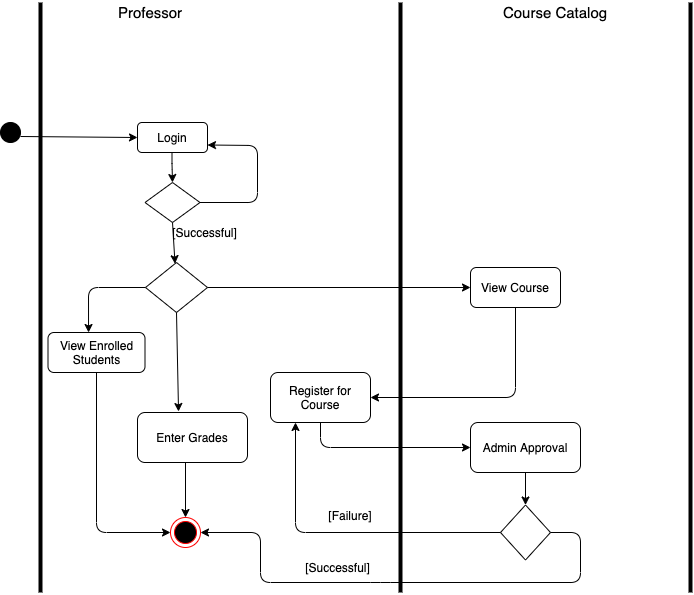
The draw.io diagram CRS-JEDI-7-Group-2-UML-Artifacts/ActivityDiagrams/Activity_Professor.png in bharat-121/Flipkart-JEDI-7-Group-2, before a commit. Source tidied: cells renumbered, new cells last; positions are measured from the earlier drawing's top-left corner, leaving out a move shared by most shapes.
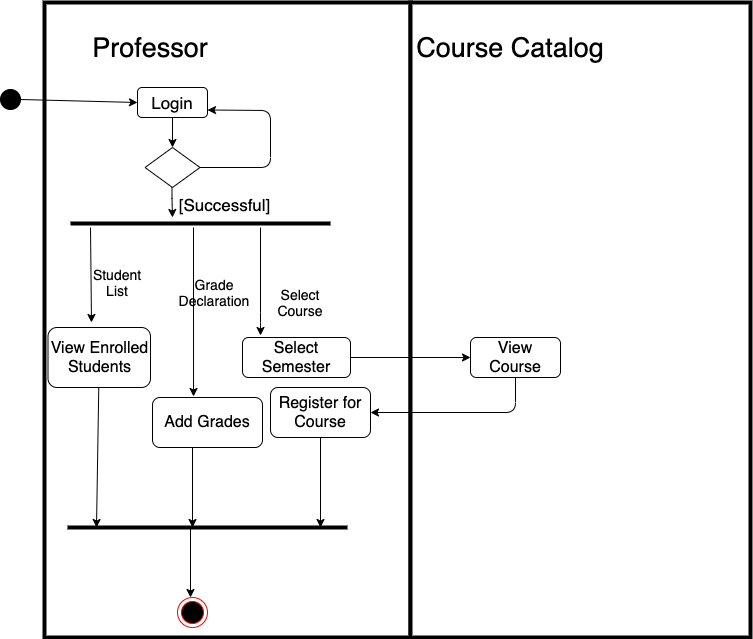
Above is the later version.

Change to the diagram source:
```diff
@@ -2,8 +2,14 @@
   <root>
     <mxCell id="0" />
     <mxCell id="1" parent="0" />
+    <mxCell id="35" style="rounded=0;whiteSpace=wrap;html=1;strokeWidth=4;" parent="1" vertex="1">
+      <mxGeometry x="44" y="-35" width="366" height="635" as="geometry" />
+    </mxCell>
+    <mxCell id="36" style="rounded=0;whiteSpace=wrap;html=1;strokeWidth=4;" parent="1" vertex="1">
+      <mxGeometry x="410" y="-35" width="340" height="635" as="geometry" />
+    </mxCell>
-    <mxCell id="2" value="Login" style="rounded=1;whiteSpace=wrap;html=1;" parent="1" vertex="1">
-      <mxGeometry x="137" y="120" width="70" height="30" as="geometry" />
+    <mxCell id="2" value="&lt;font style=&quot;font-size: 17px&quot;&gt;Login&lt;/font&gt;" style="rounded=1;whiteSpace=wrap;html=1;" parent="1" vertex="1">
+      <mxGeometry x="137" y="50" width="70" height="30" as="geometry" />
     </mxCell>
     <mxCell id="3" style="endArrow=classic;html=1;exitX=0.5;exitY=1;exitDx=0;exitDy=0;exitPerimeter=0;" parent="1" edge="1">
       <mxGeometry relative="1" as="geometry">
@@ -14,145 +20,124 @@
         </Array>
       </mxGeometry>
     </mxCell>
-    <mxCell id="4" value="[Failure]" style="text;html=1;strokeColor=none;fillColor=none;align=center;verticalAlign=middle;whiteSpace=wrap;rounded=0;" parent="1" vertex="1">
-      <mxGeometry x="330" y="502.5" width="40" height="20" as="geometry" />
-    </mxCell>
     <mxCell id="5" style="rhombus;whiteSpace=wrap;html=1;fillColor=#FFFFFF;" parent="1" vertex="1">
-      <mxGeometry x="144.5" y="180" width="55" height="40" as="geometry" />
+      <mxGeometry x="144.5" y="110" width="55" height="40" as="geometry" />
     </mxCell>
-    <mxCell id="6" style="endArrow=classic;html=1;entryX=1;entryY=0.75;entryDx=0;entryDy=0;" parent="1" edge="1" target="2">
+    <mxCell id="6" style="endArrow=classic;html=1;entryX=1;entryY=0.75;entryDx=0;entryDy=0;exitX=1;exitY=0.5;exitDx=0;exitDy=0;" parent="1" edge="1" source="5" target="2">
       <mxGeometry relative="1" as="geometry">
-        <mxPoint x="199.5" y="200" as="sourcePoint" />
         <Array as="points">
-          <mxPoint x="257" y="200" />
-          <mxPoint x="257" y="143" />
+          <mxPoint x="270" y="130" />
+          <mxPoint x="270" y="73" />
         </Array>
       </mxGeometry>
     </mxCell>
-    <mxCell id="7" value="[Successful]" style="text;html=1;strokeColor=none;fillColor=none;align=center;verticalAlign=middle;whiteSpace=wrap;rounded=0;" parent="1" vertex="1">
-      <mxGeometry x="187" y="210" width="35" height="40" as="geometry" />
+    <mxCell id="7" value="&lt;font style=&quot;font-size: 17px&quot;&gt;[Successful]&lt;/font&gt;" style="text;html=1;strokeColor=none;fillColor=none;align=center;verticalAlign=middle;whiteSpace=wrap;rounded=0;" parent="1" vertex="1">
+      <mxGeometry x="207" y="147" width="35" height="40" as="geometry" />
     </mxCell>
-    <mxCell id="8" style="endArrow=none;html=1;strokeWidth=4;" parent="1" edge="1">
-      <mxGeometry relative="1" as="geometry">
-        <mxPoint x="400" y="590" as="sourcePoint" />
-        <mxPoint x="400" as="targetPoint" />
-      </mxGeometry>
-    </mxCell>
-    <mxCell id="9" style="endArrow=none;html=1;strokeWidth=4;" parent="1" edge="1">
-      <mxGeometry relative="1" as="geometry">
-        <mxPoint x="690" y="590" as="sourcePoint" />
-        <mxPoint x="690" as="targetPoint" />
-      </mxGeometry>
-    </mxCell>
-    <mxCell id="10" style="endArrow=none;html=1;strokeWidth=4;" parent="1" edge="1">
-      <mxGeometry relative="1" as="geometry">
-        <mxPoint x="40" y="590" as="sourcePoint" />
-        <mxPoint x="40" as="targetPoint" />
-      </mxGeometry>
-    </mxCell>
-    <mxCell id="11" value="&lt;font style=&quot;font-size: 15px&quot;&gt;Professor&lt;/font&gt;" style="text;html=1;strokeColor=none;fillColor=none;align=center;verticalAlign=middle;whiteSpace=wrap;rounded=0;" parent="1" vertex="1">
+    <mxCell id="11" value="&lt;font style=&quot;font-size: 27px&quot;&gt;Professor&lt;/font&gt;" style="text;html=1;strokeColor=none;fillColor=none;align=center;verticalAlign=middle;whiteSpace=wrap;rounded=0;" parent="1" vertex="1">
       <mxGeometry x="130" width="40" height="20" as="geometry" />
     </mxCell>
-    <mxCell id="12" value="&lt;font style=&quot;font-size: 15px&quot;&gt;Course Catalog&lt;/font&gt;" style="text;html=1;strokeColor=none;fillColor=none;align=center;verticalAlign=middle;whiteSpace=wrap;rounded=0;" parent="1" vertex="1">
-      <mxGeometry x="500" width="110" height="20" as="geometry" />
+    <mxCell id="12" value="&lt;font style=&quot;font-size: 27px&quot;&gt;Course Catalog&lt;/font&gt;" style="text;html=1;strokeColor=none;fillColor=none;align=center;verticalAlign=middle;whiteSpace=wrap;rounded=0;" parent="1" vertex="1">
+      <mxGeometry x="410" width="200" height="20" as="geometry" />
     </mxCell>
     <mxCell id="13" style="ellipse;whiteSpace=wrap;html=1;fillColor=#000000;" parent="1" vertex="1">
-      <mxGeometry y="120" width="20" height="20" as="geometry" />
+      <mxGeometry y="52" width="20" height="20" as="geometry" />
     </mxCell>
-    <mxCell id="14" style="endArrow=classic;html=1;strokeWidth=1;entryX=0;entryY=0.5;entryDx=0;entryDy=0;exitX=1;exitY=0.5;exitDx=0;exitDy=0;" parent="1" edge="1" target="2">
-      <mxGeometry relative="1" as="geometry">
-        <mxPoint x="20" y="134" as="sourcePoint" />
-      </mxGeometry>
-    </mxCell>
-    <mxCell id="15" style="rhombus;whiteSpace=wrap;html=1;" parent="1" vertex="1">
-      <mxGeometry x="145" y="260" width="62" height="50" as="geometry" />
-    </mxCell>
-    <mxCell id="16" style="endArrow=classic;html=1;strokeWidth=1;exitX=0.5;exitY=1;exitDx=0;exitDy=0;" parent="1" edge="1" source="5" target="15">
-      <mxGeometry relative="1" as="geometry" />
-    </mxCell>
-    <mxCell id="17" style="endArrow=classic;html=1;strokeWidth=1;exitX=1;exitY=0.5;exitDx=0;exitDy=0;entryX=0;entryY=0.5;entryDx=0;entryDy=0;" parent="1" edge="1" source="15" target="20">
-      <mxGeometry relative="1" as="geometry" />
+    <mxCell id="17" style="endArrow=classic;html=1;strokeWidth=1;entryX=0.167;entryY=-0.05;entryDx=0;entryDy=0;entryPerimeter=0;" parent="1" edge="1" target="46">
+      <mxGeometry relative="1" as="geometry">
+        <mxPoint x="260" y="190" as="sourcePoint" />
+        <Array as="points">
+          <mxPoint x="260" y="285" />
+        </Array>
+      </mxGeometry>
     </mxCell>
-    <mxCell id="18" style="endArrow=classic;html=1;strokeWidth=1;exitX=0.5;exitY=1;exitDx=0;exitDy=0;entryX=0.373;entryY=-0.02;entryDx=0;entryDy=0;entryPerimeter=0;" parent="1" edge="1" source="15" target="19">
-      <mxGeometry relative="1" as="geometry" />
+    <mxCell id="18" style="endArrow=classic;html=1;strokeWidth=1;entryX=0.373;entryY=-0.02;entryDx=0;entryDy=0;entryPerimeter=0;" parent="1" edge="1" target="19">
+      <mxGeometry relative="1" as="geometry">
+        <mxPoint x="193" y="190" as="sourcePoint" />
+      </mxGeometry>
     </mxCell>
-    <mxCell id="19" value="Enter Grades" style="rounded=1;whiteSpace=wrap;html=1;" parent="1" vertex="1">
-      <mxGeometry x="137" y="410" width="110" height="50" as="geometry" />
+    <mxCell id="19" value="&lt;font style=&quot;font-size: 16px&quot;&gt;Add Grades&lt;/font&gt;" style="rounded=1;whiteSpace=wrap;html=1;" parent="1" vertex="1">
+      <mxGeometry x="152" y="360" width="110" height="50" as="geometry" />
     </mxCell>
-    <mxCell id="20" value="View Course" style="rounded=1;whiteSpace=wrap;html=1;" parent="1" vertex="1">
-      <mxGeometry x="470" y="265" width="90" height="40" as="geometry" />
+    <mxCell id="20" value="&lt;font style=&quot;font-size: 16px&quot;&gt;View Course&lt;/font&gt;" style="rounded=1;whiteSpace=wrap;html=1;" parent="1" vertex="1">
+      <mxGeometry x="470" y="300" width="90" height="40" as="geometry" />
     </mxCell>
-    <mxCell id="21" value="View Enrolled Students" style="rounded=1;whiteSpace=wrap;html=1;" parent="1" vertex="1">
-      <mxGeometry x="47.5" y="330" width="97" height="40" as="geometry" />
+    <mxCell id="21" value="&lt;font style=&quot;font-size: 16px&quot;&gt;View Enrolled Students&lt;/font&gt;" style="rounded=1;whiteSpace=wrap;html=1;" parent="1" vertex="1">
+      <mxGeometry x="47.5" y="290" width="102.5" height="60" as="geometry" />
     </mxCell>
-    <mxCell id="22" style="endArrow=classic;html=1;strokeWidth=1;entryX=0.418;entryY=0;entryDx=0;entryDy=0;entryPerimeter=0;exitX=0;exitY=0.5;exitDx=0;exitDy=0;" parent="1" edge="1" source="15" target="21">
-      <mxGeometry relative="1" as="geometry">
-        <Array as="points">
-          <mxPoint x="88" y="285" />
-        </Array>
-      </mxGeometry>
-    </mxCell>
     <mxCell id="23" style="ellipse;html=1;shape=endState;fillColor=#000000;strokeColor=#ff0000;" parent="1" vertex="1">
-      <mxGeometry x="170" y="515" width="30" height="30" as="geometry" />
+      <mxGeometry x="177" y="560" width="30" height="30" as="geometry" />
     </mxCell>
-    <mxCell id="24" style="endArrow=classic;html=1;strokeWidth=1;entryX=0.5;entryY=0;entryDx=0;entryDy=0;" parent="1" edge="1" target="23">
+    <mxCell id="24" style="endArrow=classic;html=1;strokeWidth=1;" parent="1" edge="1">
       <mxGeometry relative="1" as="geometry">
-        <mxPoint x="185" y="460" as="sourcePoint" />
+        <mxPoint x="192" y="410" as="sourcePoint" />
+        <mxPoint x="192" y="490" as="targetPoint" />
       </mxGeometry>
     </mxCell>
-    <mxCell id="25" style="endArrow=classic;html=1;strokeWidth=1;entryX=0;entryY=0.5;entryDx=0;entryDy=0;" parent="1" edge="1" source="21" target="23">
+    <mxCell id="25" style="endArrow=classic;html=1;strokeWidth=1;" parent="1" edge="1" source="21">
       <mxGeometry relative="1" as="geometry">
-        <Array as="points">
-          <mxPoint x="96" y="530" />
-        </Array>
+        <mxPoint x="96" y="490" as="targetPoint" />
       </mxGeometry>
     </mxCell>
-    <mxCell id="26" value="Admin Approval" style="rounded=1;whiteSpace=wrap;html=1;" parent="1" vertex="1">
-      <mxGeometry x="470" y="420" width="110" height="50" as="geometry" />
-    </mxCell>
-    <mxCell id="27" style="rhombus;whiteSpace=wrap;html=1;" parent="1" vertex="1">
-      <mxGeometry x="500" y="502.5" width="50" height="55" as="geometry" />
-    </mxCell>
-    <mxCell id="28" value="[Successful]" style="text;html=1;strokeColor=none;fillColor=none;align=center;verticalAlign=middle;whiteSpace=wrap;rounded=0;" parent="1" vertex="1">
-      <mxGeometry x="320" y="545" width="35" height="40" as="geometry" />
-    </mxCell>
-    <mxCell id="29" style="endArrow=classic;html=1;strokeWidth=1;exitX=0.5;exitY=1;exitDx=0;exitDy=0;entryX=0.5;entryY=0;entryDx=0;entryDy=0;" parent="1" edge="1" source="26" target="27">
-      <mxGeometry relative="1" as="geometry" />
-    </mxCell>
-    <mxCell id="30" value="Register for Course" style="rounded=1;whiteSpace=wrap;html=1;" parent="1" vertex="1">
-      <mxGeometry x="270" y="370" width="100" height="50" as="geometry" />
+    <mxCell id="30" value="&lt;font style=&quot;font-size: 16px&quot;&gt;Register for Course&lt;/font&gt;" style="rounded=1;whiteSpace=wrap;html=1;" parent="1" vertex="1">
+      <mxGeometry x="270" y="350" width="100" height="50" as="geometry" />
     </mxCell>
     <mxCell id="31" style="endArrow=classic;html=1;strokeWidth=1;entryX=1;entryY=0.5;entryDx=0;entryDy=0;exitX=0.5;exitY=1;exitDx=0;exitDy=0;" parent="1" edge="1" source="20" target="30">
       <mxGeometry relative="1" as="geometry">
         <Array as="points">
-          <mxPoint x="515" y="395" />
+          <mxPoint x="515" y="375" />
         </Array>
       </mxGeometry>
     </mxCell>
-    <mxCell id="32" style="endArrow=classic;html=1;strokeWidth=1;entryX=0;entryY=0.5;entryDx=0;entryDy=0;exitX=0.5;exitY=1;exitDx=0;exitDy=0;" parent="1" edge="1" source="30" target="26">
+    <mxCell id="32" style="endArrow=classic;html=1;strokeWidth=1;exitX=0.5;exitY=1;exitDx=0;exitDy=0;" parent="1" edge="1" source="30">
       <mxGeometry relative="1" as="geometry">
-        <Array as="points">
-          <mxPoint x="320" y="445" />
-        </Array>
+        <mxPoint x="320" y="490" as="targetPoint" />
       </mxGeometry>
     </mxCell>
-    <mxCell id="33" style="endArrow=classic;html=1;strokeWidth=1;entryX=1;entryY=0.5;entryDx=0;entryDy=0;exitX=1;exitY=0.5;exitDx=0;exitDy=0;" parent="1" edge="1" source="27" target="23">
-      <mxGeometry relative="1" as="geometry">
-        <Array as="points">
-          <mxPoint x="580" y="530" />
-          <mxPoint x="580" y="580" />
-          <mxPoint x="380" y="580" />
-          <mxPoint x="260" y="580" />
-          <mxPoint x="260" y="530" />
-        </Array>
-      </mxGeometry>
-    </mxCell>
-    <mxCell id="34" style="endArrow=classic;html=1;strokeWidth=1;entryX=0.25;entryY=1;entryDx=0;entryDy=0;exitX=0;exitY=0.5;exitDx=0;exitDy=0;" parent="1" edge="1" source="27" target="30">
-      <mxGeometry relative="1" as="geometry">
-        <Array as="points">
-          <mxPoint x="295" y="530" />
-        </Array>
-      </mxGeometry>
-    </mxCell>
+    <mxCell id="37" style="endArrow=none;html=1;strokeWidth=4;" parent="1" edge="1">
+      <mxGeometry relative="1" as="geometry">
+        <mxPoint x="67" y="490" as="sourcePoint" />
+        <mxPoint x="347" y="490" as="targetPoint" />
+      </mxGeometry>
+    </mxCell>
+    <mxCell id="38" style="endArrow=none;html=1;strokeWidth=4;" parent="1" edge="1">
+      <mxGeometry relative="1" as="geometry">
+        <mxPoint x="70" y="186" as="sourcePoint" />
+        <mxPoint x="330" y="186" as="targetPoint" />
+      </mxGeometry>
+    </mxCell>
+    <mxCell id="39" style="endArrow=classic;html=1;strokeWidth=1;" parent="1" edge="1">
+      <mxGeometry relative="1" as="geometry">
+        <mxPoint x="190" y="490" as="sourcePoint" />
+        <mxPoint x="190" y="560" as="targetPoint" />
+      </mxGeometry>
+    </mxCell>
+    <mxCell id="40" style="endArrow=classic;html=1;strokeWidth=1;entryX=0;entryY=0.5;entryDx=0;entryDy=0;exitX=1;exitY=0.5;exitDx=0;exitDy=0;" parent="1" edge="1" source="13" target="2">
+      <mxGeometry relative="1" as="geometry" />
+    </mxCell>
+    <mxCell id="41" style="endArrow=classic;html=1;strokeWidth=1;exitX=0.5;exitY=1;exitDx=0;exitDy=0;entryX=0.5;entryY=0;entryDx=0;entryDy=0;" parent="1" edge="1" source="2" target="5">
+      <mxGeometry relative="1" as="geometry" />
+    </mxCell>
+    <mxCell id="42" style="endArrow=classic;html=1;strokeWidth=1;" parent="1" edge="1">
+      <mxGeometry relative="1" as="geometry">
+        <mxPoint x="90" y="190" as="sourcePoint" />
+        <mxPoint x="91" y="285" as="targetPoint" />
+      </mxGeometry>
+    </mxCell>
+    <mxCell id="43" value="&lt;font style=&quot;font-size: 14px&quot;&gt;Student List&lt;/font&gt;" style="text;html=1;strokeColor=none;fillColor=none;align=center;verticalAlign=middle;whiteSpace=wrap;rounded=0;" parent="1" vertex="1">
+      <mxGeometry x="97" y="235" width="40" height="20" as="geometry" />
+    </mxCell>
+    <mxCell id="44" value="&lt;font style=&quot;font-size: 14px&quot;&gt;Grade Declaration&lt;/font&gt;" style="text;html=1;strokeColor=none;fillColor=none;align=center;verticalAlign=middle;whiteSpace=wrap;rounded=0;" parent="1" vertex="1">
+      <mxGeometry x="194" y="245" width="40" height="20" as="geometry" />
+    </mxCell>
+    <mxCell id="45" value="&lt;font style=&quot;font-size: 14px&quot;&gt;Select Course&lt;/font&gt;" style="text;html=1;strokeColor=none;fillColor=none;align=center;verticalAlign=middle;whiteSpace=wrap;rounded=0;" parent="1" vertex="1">
+      <mxGeometry x="280" y="255" width="40" height="20" as="geometry" />
+    </mxCell>
+    <mxCell id="46" value="&lt;font style=&quot;font-size: 16px&quot;&gt;Select Semester&lt;/font&gt;" style="rounded=1;whiteSpace=wrap;html=1;strokeWidth=1;" parent="1" vertex="1">
+      <mxGeometry x="242" y="300" width="108" height="40" as="geometry" />
+    </mxCell>
+    <mxCell id="47" style="endArrow=classic;html=1;strokeWidth=1;exitX=1;exitY=0.5;exitDx=0;exitDy=0;" parent="1" edge="1" source="46" target="20">
+      <mxGeometry relative="1" as="geometry" />
+    </mxCell>
   </root>
 </mxGraphModel>
```
